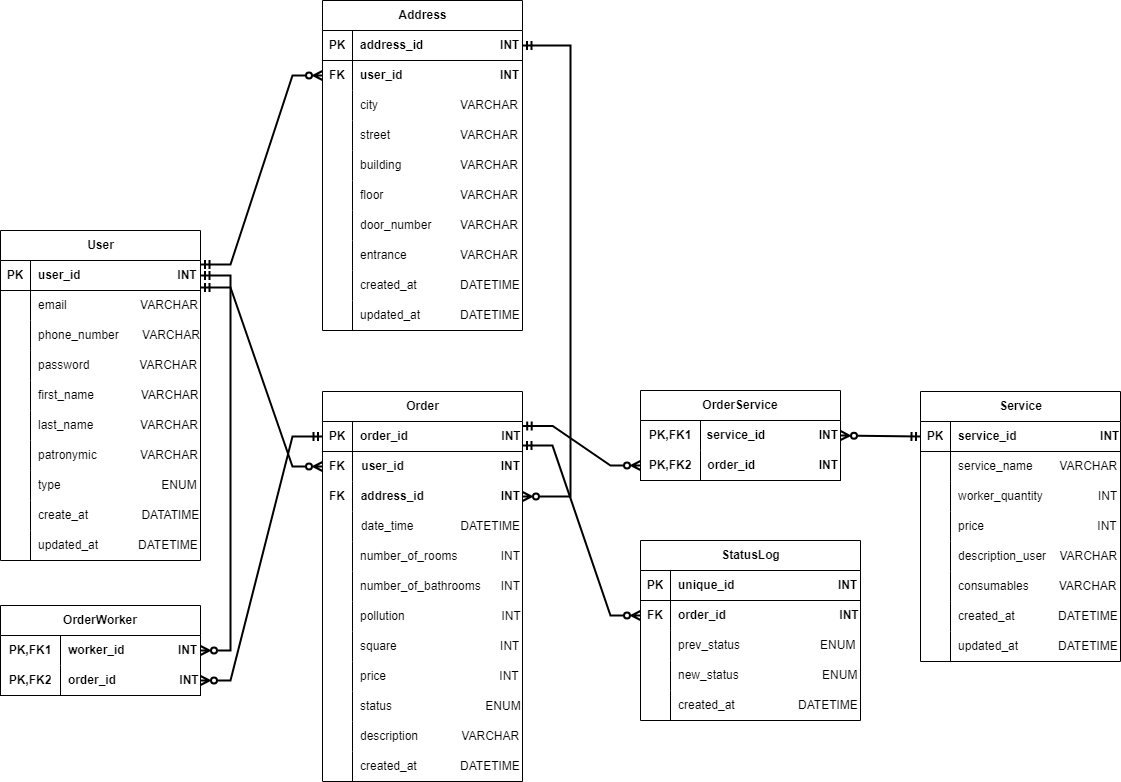
The draw.io diagram assets/sql.png in moevm/nosql2h24-cleaning, before a commit. Source tidied: cells renumbered, new cells last; positions are measured from the earlier drawing's top-left corner, leaving out a move shared by most shapes.
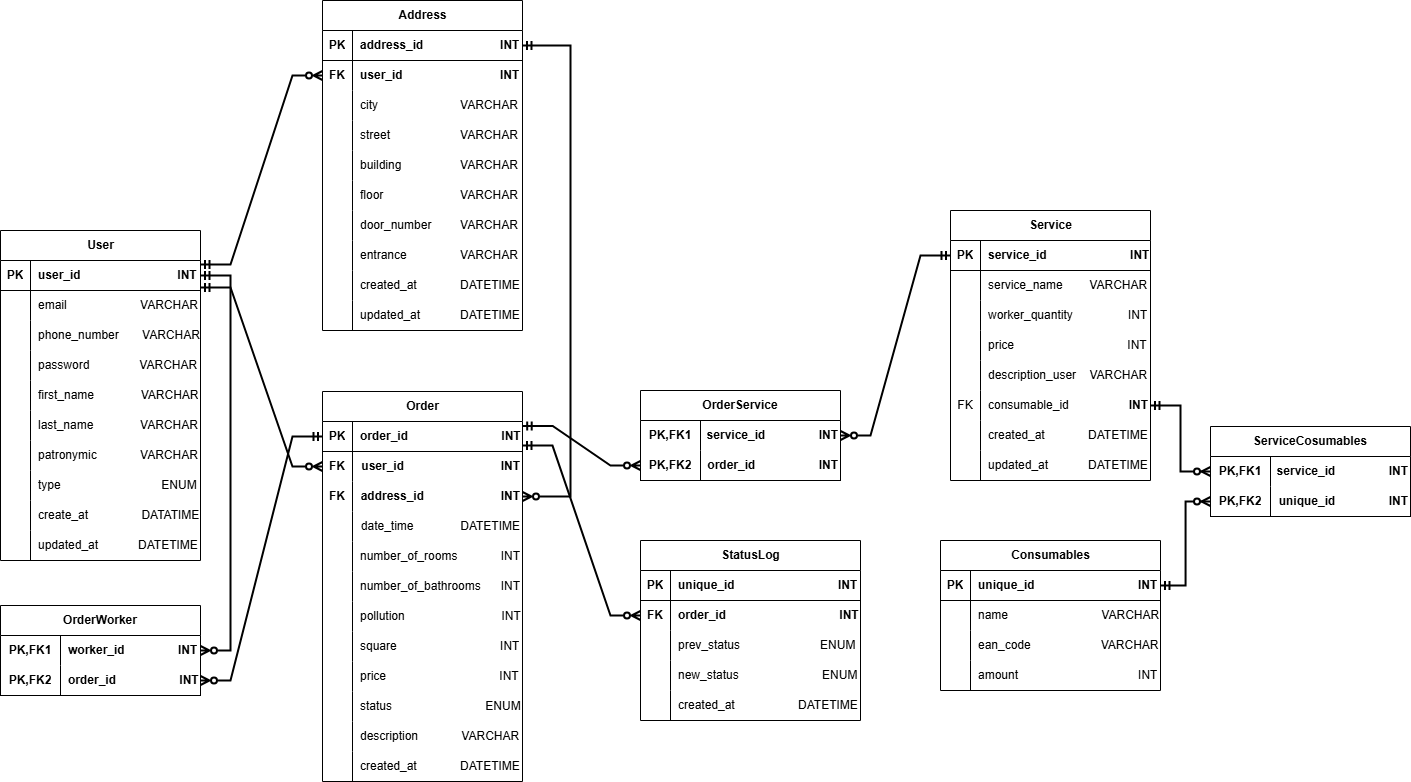
Later version of the same file.

Commit message:
feat: sql scheme, service consumables

The edit, as a diff of the source:
```diff
@@ -308,7 +308,7 @@
       </mxGeometry>
     </mxCell>
     <mxCell id="103" value="Service" style="shape=table;startSize=30;rowLines=0;fontStyle=1;align=center;html=1;" parent="1" vertex="1">
-      <mxGeometry x="920" y="391" width="200" height="270" as="geometry" />
+      <mxGeometry x="950" y="210" width="200" height="270" as="geometry" />
     </mxCell>
     <mxCell id="104" style="shape=tableRow;horizontal=0;startSize=0;swimlaneHead=0;swimlaneBody=0;fillColor=none;points=[[0,0.5],[1,0.5]];portConstraint=eastwest;top=0;left=0;right=0;bottom=1;" parent="103" vertex="1">
       <mxGeometry y="30" width="200" height="30" as="geometry" />
@@ -358,10 +358,10 @@
     <mxCell id="119" style="shape=tableRow;horizontal=0;startSize=0;swimlaneHead=0;swimlaneBody=0;fillColor=none;points=[[0,0.5],[1,0.5]];portConstraint=eastwest;top=0;left=0;right=0;bottom=0;" parent="103" vertex="1">
       <mxGeometry y="180" width="200" height="30" as="geometry" />
     </mxCell>
-    <mxCell id="120" style="shape=partialRectangle;fillColor=none;top=0;left=0;bottom=0;right=0;overflow=hidden;whiteSpace=wrap;html=1;" parent="119" vertex="1">
+    <mxCell id="120" value="FK" style="shape=partialRectangle;fillColor=none;top=0;left=0;bottom=0;right=0;overflow=hidden;whiteSpace=wrap;html=1;" parent="119" vertex="1">
       <mxGeometry width="30" height="30" as="geometry" />
     </mxCell>
-    <mxCell id="121" value="&lt;span style=&quot;text-align: justify; white-space-collapse: preserve;&quot;&gt;consumables      &lt;/span&gt;&amp;nbsp; &amp;nbsp;VARCHAR" style="shape=partialRectangle;fillColor=none;top=0;left=0;bottom=0;right=0;align=left;spacingLeft=6;overflow=hidden;whiteSpace=wrap;html=1;" parent="119" vertex="1">
+    <mxCell id="121" value="&lt;span style=&quot;text-align: justify; white-space-collapse: preserve;&quot;&gt;consumable_id      &lt;/span&gt;&amp;nbsp; &amp;nbsp; &amp;nbsp; &amp;nbsp; &amp;nbsp; &amp;nbsp; &lt;span style=&quot;font-weight: 700;&quot;&gt;INT&lt;/span&gt;" style="shape=partialRectangle;fillColor=none;top=0;left=0;bottom=0;right=0;align=left;spacingLeft=6;overflow=hidden;whiteSpace=wrap;html=1;" parent="119" vertex="1">
       <mxGeometry x="30" width="170" height="30" as="geometry" />
     </mxCell>
     <mxCell id="122" style="shape=tableRow;horizontal=0;startSize=0;swimlaneHead=0;swimlaneBody=0;fillColor=none;top=0;left=0;right=0;bottom=0;" parent="103" vertex="1">
@@ -406,7 +406,7 @@
     <mxCell id="135" style="edgeStyle=entityRelationEdgeStyle;fontSize=12;html=1;endArrow=ERzeroToMany;startArrow=ERmandOne;rounded=0;entryX=0;entryY=0.5;entryDx=0;entryDy=0;startFill=0;endFill=0;strokeWidth=2;exitX=1.001;exitY=0.146;exitDx=0;exitDy=0;exitPerimeter=0;" parent="1" edge="1" source="66" target="132">
       <mxGeometry relative="1" as="geometry" />
     </mxCell>
-    <mxCell id="136" style="fontSize=12;html=1;endArrow=ERzeroToMany;startArrow=ERmandOne;rounded=0;entryX=1;entryY=0.5;entryDx=0;entryDy=0;startFill=0;endFill=0;strokeWidth=2;exitX=0;exitY=0.5;exitDx=0;exitDy=0;" parent="1" edge="1" source="104" target="129">
+    <mxCell id="136" style="fontSize=12;html=1;endArrow=ERzeroToMany;startArrow=ERmandOne;rounded=0;entryX=1;entryY=0.5;entryDx=0;entryDy=0;startFill=0;endFill=0;strokeWidth=2;exitX=0;exitY=0.5;exitDx=0;exitDy=0;edgeStyle=entityRelationEdgeStyle;" parent="1" edge="1" source="104" target="129">
       <mxGeometry relative="1" as="geometry" />
     </mxCell>
     <mxCell id="137" value="StatusLog" style="shape=table;startSize=30;rowLines=0;fontStyle=1;align=center;html=1;" parent="1" vertex="1">
@@ -514,5 +514,71 @@
         </Array>
       </mxGeometry>
     </mxCell>
+    <mxCell id="164" value="&lt;span style=&quot;text-align: justify; white-space: pre-wrap;&quot;&gt;&lt;b&gt;Consumables &lt;/b&gt;&lt;/span&gt;" style="shape=table;startSize=30;rowLines=0;fontStyle=0;align=center;html=1;" parent="1" vertex="1">
+      <mxGeometry x="940" y="540" width="220" height="150" as="geometry" />
+    </mxCell>
+    <mxCell id="165" style="shape=tableRow;horizontal=0;startSize=0;swimlaneHead=0;swimlaneBody=0;fillColor=none;points=[[0,0.5],[1,0.5]];portConstraint=eastwest;top=0;left=0;right=0;bottom=1;" parent="164" vertex="1">
+      <mxGeometry y="30" width="220" height="30" as="geometry" />
+    </mxCell>
+    <mxCell id="166" value="PK" style="shape=partialRectangle;fillColor=none;top=0;left=0;bottom=0;right=0;fontStyle=1;overflow=hidden;whiteSpace=wrap;html=1;" parent="165" vertex="1">
+      <mxGeometry width="30" height="30" as="geometry" />
+    </mxCell>
+    <mxCell id="167" value="unique_id&amp;nbsp; &amp;nbsp; &amp;nbsp; &amp;nbsp; &amp;nbsp; &amp;nbsp; &amp;nbsp; &amp;nbsp; &amp;nbsp; &amp;nbsp; &amp;nbsp; &amp;nbsp; &amp;nbsp; &amp;nbsp; &amp;nbsp; &amp;nbsp;INT" style="shape=partialRectangle;fillColor=none;top=0;left=0;bottom=0;right=0;align=left;spacingLeft=6;fontStyle=1;overflow=hidden;whiteSpace=wrap;html=1;" parent="165" vertex="1">
+      <mxGeometry x="30" width="190" height="30" as="geometry" />
+    </mxCell>
+    <mxCell id="168" style="shape=tableRow;horizontal=0;startSize=0;swimlaneHead=0;swimlaneBody=0;fillColor=none;top=0;left=0;right=0;bottom=0;" parent="164" vertex="1">
+      <mxGeometry y="60" width="220" height="30" as="geometry" />
+    </mxCell>
+    <mxCell id="169" style="shape=partialRectangle;fillColor=none;top=0;left=0;bottom=0;right=0;overflow=hidden;whiteSpace=wrap;html=1;fontStyle=0;" parent="168" vertex="1">
+      <mxGeometry width="30" height="30" as="geometry" />
+    </mxCell>
+    <mxCell id="170" value="name&amp;nbsp; &amp;nbsp; &amp;nbsp; &amp;nbsp; &amp;nbsp; &amp;nbsp; &amp;nbsp; &amp;nbsp; &amp;nbsp; &amp;nbsp; &amp;nbsp; &amp;nbsp; &amp;nbsp; &amp;nbsp; VARCHAR" style="shape=partialRectangle;fillColor=none;top=0;left=0;bottom=0;right=0;align=left;spacingLeft=6;overflow=hidden;whiteSpace=wrap;html=1;fontStyle=0;" parent="168" vertex="1">
+      <mxGeometry x="30" width="190" height="30" as="geometry" />
+    </mxCell>
+    <mxCell id="171" style="shape=tableRow;horizontal=0;startSize=0;swimlaneHead=0;swimlaneBody=0;fillColor=none;top=0;left=0;right=0;bottom=0;" parent="164" vertex="1">
+      <mxGeometry y="90" width="220" height="30" as="geometry" />
+    </mxCell>
+    <mxCell id="172" style="shape=partialRectangle;fillColor=none;top=0;left=0;bottom=0;right=0;overflow=hidden;whiteSpace=wrap;html=1;" parent="171" vertex="1">
+      <mxGeometry width="30" height="30" as="geometry" />
+    </mxCell>
+    <mxCell id="173" value="&lt;span style=&quot;text-align: justify; text-wrap-mode: nowrap;&quot;&gt;ean_code&amp;nbsp; &amp;nbsp; &amp;nbsp; &amp;nbsp; &amp;nbsp; &amp;nbsp; &amp;nbsp; &amp;nbsp; &amp;nbsp; &amp;nbsp; &amp;nbsp;VARCHAR&lt;/span&gt;" style="shape=partialRectangle;fillColor=none;top=0;left=0;bottom=0;right=0;align=left;spacingLeft=6;overflow=hidden;whiteSpace=wrap;html=1;" parent="171" vertex="1">
+      <mxGeometry x="30" width="190" height="30" as="geometry" />
+    </mxCell>
+    <mxCell id="174" style="shape=tableRow;horizontal=0;startSize=0;swimlaneHead=0;swimlaneBody=0;fillColor=none;top=0;left=0;right=0;bottom=0;" parent="164" vertex="1">
+      <mxGeometry y="120" width="220" height="30" as="geometry" />
+    </mxCell>
+    <mxCell id="175" style="shape=partialRectangle;fillColor=none;top=0;left=0;bottom=0;right=0;overflow=hidden;whiteSpace=wrap;html=1;" parent="174" vertex="1">
+      <mxGeometry width="30" height="30" as="geometry" />
+    </mxCell>
+    <mxCell id="176" value="&lt;span style=&quot;text-align: justify; text-wrap-mode: nowrap;&quot;&gt;amount&amp;nbsp; &amp;nbsp; &amp;nbsp; &amp;nbsp; &amp;nbsp; &amp;nbsp; &amp;nbsp; &amp;nbsp; &amp;nbsp; &amp;nbsp; &amp;nbsp; &amp;nbsp; &amp;nbsp; &amp;nbsp; &amp;nbsp; &amp;nbsp; &amp;nbsp; &amp;nbsp; INT&lt;/span&gt;" style="shape=partialRectangle;fillColor=none;top=0;left=0;bottom=0;right=0;align=left;spacingLeft=6;overflow=hidden;whiteSpace=wrap;html=1;" parent="174" vertex="1">
+      <mxGeometry x="30" width="190" height="30" as="geometry" />
+    </mxCell>
+    <mxCell id="177" style="fontSize=12;html=1;endArrow=ERzeroToMany;startArrow=ERmandOne;rounded=0;exitX=1;exitY=0.5;exitDx=0;exitDy=0;strokeWidth=2;entryX=0;entryY=0.5;entryDx=0;entryDy=0;edgeStyle=orthogonalEdgeStyle;" parent="1" edge="1" source="165" target="183">
+      <mxGeometry relative="1" as="geometry" />
+    </mxCell>
+    <mxCell id="178" style="fontSize=12;html=1;endArrow=ERzeroToMany;startArrow=ERmandOne;rounded=0;exitX=1;exitY=0.5;exitDx=0;exitDy=0;strokeWidth=2;entryX=0;entryY=0.5;entryDx=0;entryDy=0;edgeStyle=orthogonalEdgeStyle;" parent="1" edge="1" source="119" target="180">
+      <mxGeometry relative="1" as="geometry" />
+    </mxCell>
+    <mxCell id="179" value="ServiceCosumables" style="shape=table;startSize=30;rowLines=0;fontStyle=1;align=center;html=1;whiteSpace=wrap;" parent="1" vertex="1">
+      <mxGeometry x="1210" y="426" width="200" height="90" as="geometry" />
+    </mxCell>
+    <mxCell id="180" style="shape=tableRow;horizontal=0;startSize=0;swimlaneHead=0;swimlaneBody=0;fillColor=none;points=[[0,0.5],[1,0.5]];portConstraint=eastwest;top=0;left=0;right=0;bottom=0;html=1;" parent="179" vertex="1">
+      <mxGeometry y="30" width="200" height="30" as="geometry" />
+    </mxCell>
+    <mxCell id="181" value="PK,FK1" style="shape=partialRectangle;fillColor=none;top=0;left=0;bottom=0;right=0;fontStyle=1;overflow=hidden;html=1;whiteSpace=wrap;" parent="180" vertex="1">
+      <mxGeometry width="60" height="30" as="geometry" />
+    </mxCell>
+    <mxCell id="182" value="service_id&amp;nbsp; &amp;nbsp; &amp;nbsp; &amp;nbsp; &amp;nbsp; &amp;nbsp; &amp;nbsp; &amp;nbsp; INT" style="shape=partialRectangle;fillColor=none;top=0;left=0;bottom=0;right=0;align=right;spacingLeft=6;fontStyle=1;overflow=hidden;html=1;whiteSpace=wrap;" parent="180" vertex="1">
+      <mxGeometry x="60" width="140" height="30" as="geometry" />
+    </mxCell>
+    <mxCell id="183" style="shape=tableRow;horizontal=0;startSize=0;swimlaneHead=0;swimlaneBody=0;fillColor=none;points=[[0,0.5],[1,0.5]];portConstraint=eastwest;top=0;left=0;right=0;bottom=1;html=1;" parent="179" vertex="1">
+      <mxGeometry y="60" width="200" height="30" as="geometry" />
+    </mxCell>
+    <mxCell id="184" value="PK,FK2" style="shape=partialRectangle;fillColor=none;top=0;left=0;bottom=0;right=0;fontStyle=1;overflow=hidden;html=1;whiteSpace=wrap;" parent="183" vertex="1">
+      <mxGeometry width="60" height="30" as="geometry" />
+    </mxCell>
+    <mxCell id="185" value="&lt;span style=&quot;text-align: left;&quot;&gt;unique_id&lt;/span&gt;&amp;nbsp; &amp;nbsp; &amp;nbsp; &amp;nbsp; &amp;nbsp; &amp;nbsp; &amp;nbsp; &amp;nbsp; INT" style="shape=partialRectangle;fillColor=none;top=0;left=0;bottom=0;right=0;align=right;spacingLeft=6;fontStyle=1;overflow=hidden;html=1;whiteSpace=wrap;" parent="183" vertex="1">
+      <mxGeometry x="60" width="140" height="30" as="geometry" />
+    </mxCell>
   </root>
 </mxGraphModel>
```
